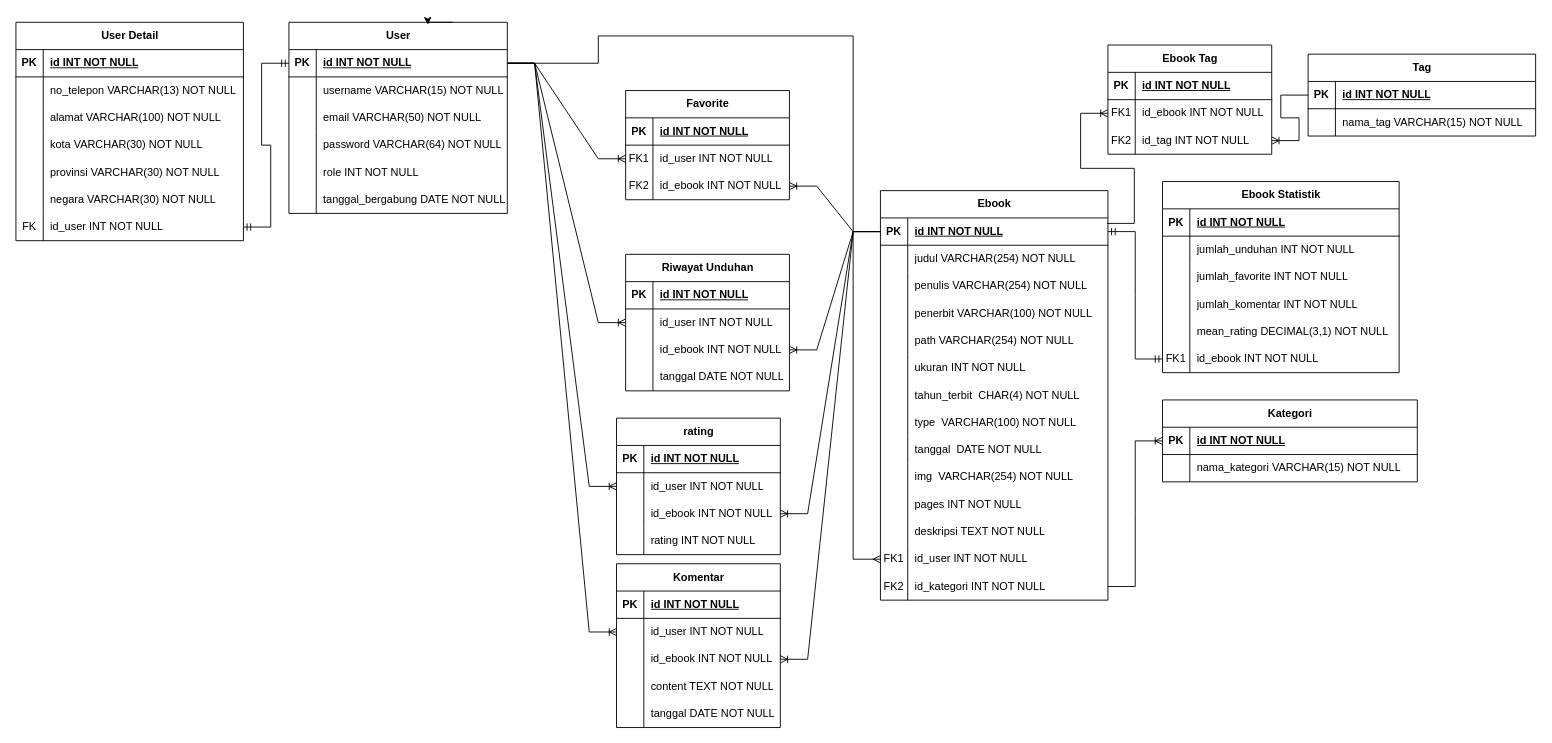
Before: ebshare-fix.drawio in zaenal-abidin-syah/diagram, a draw.io diagram. Source tidied: cells renumbered, new cells numbered last; positions are measured from the earlier drawing's top-left corner, leaving out a move shared by most shapes. Both pictures are drawn from the tidied source at 91%, with x=0, y=0 at pixel (15, 22).
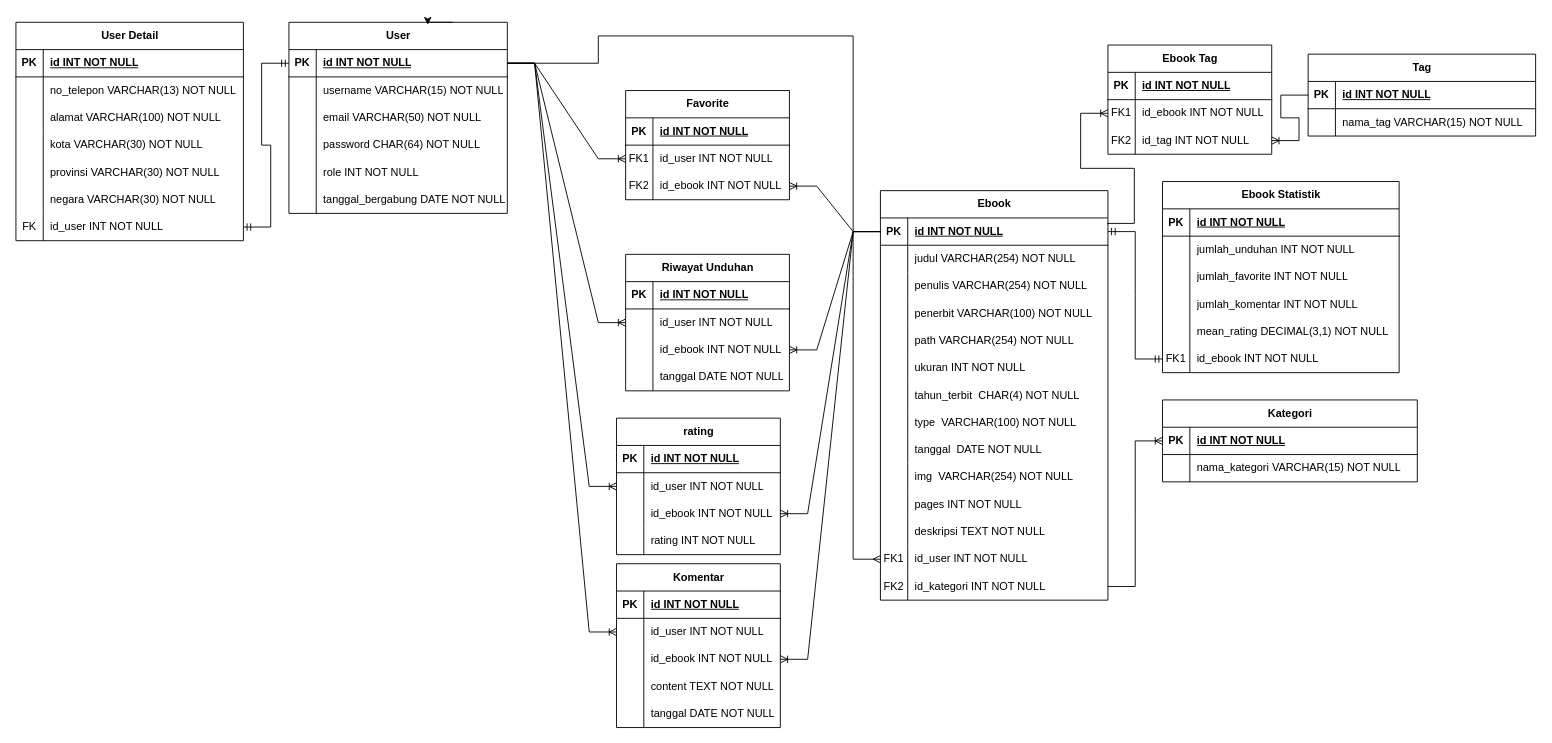
After the change.

Unchanged cells that the change refers to:
```xml
<mxCell id="108" style="shape=tableRow;horizontal=0;startSize=0;swimlaneHead=0;swimlaneBody=0;fillColor=none;top=0;left=0;right=0;bottom=0;" parent="98" vertex="1">
  <mxGeometry y="120" width="240" height="30" as="geometry" />
</mxCell>
```

Diff of the diagram source:
```diff
@@
-    <mxCell id="110" value="password VARCHAR(64) NOT NULL" style="shape=partialRectangle;fillColor=none;top=0;left=0;bottom=0;right=0;align=left;spacingLeft=6;overflow=hidden;whiteSpace=wrap;html=1;" parent="108" vertex="1">
+    <mxCell id="110" value="password CHAR(64) NOT NULL" style="shape=partialRectangle;fillColor=none;top=0;left=0;bottom=0;right=0;align=left;spacingLeft=6;overflow=hidden;whiteSpace=wrap;html=1;" parent="108" vertex="1">
       <mxGeometry x="30" width="210" height="30" as="geometry" />
     </mxCell>
```
